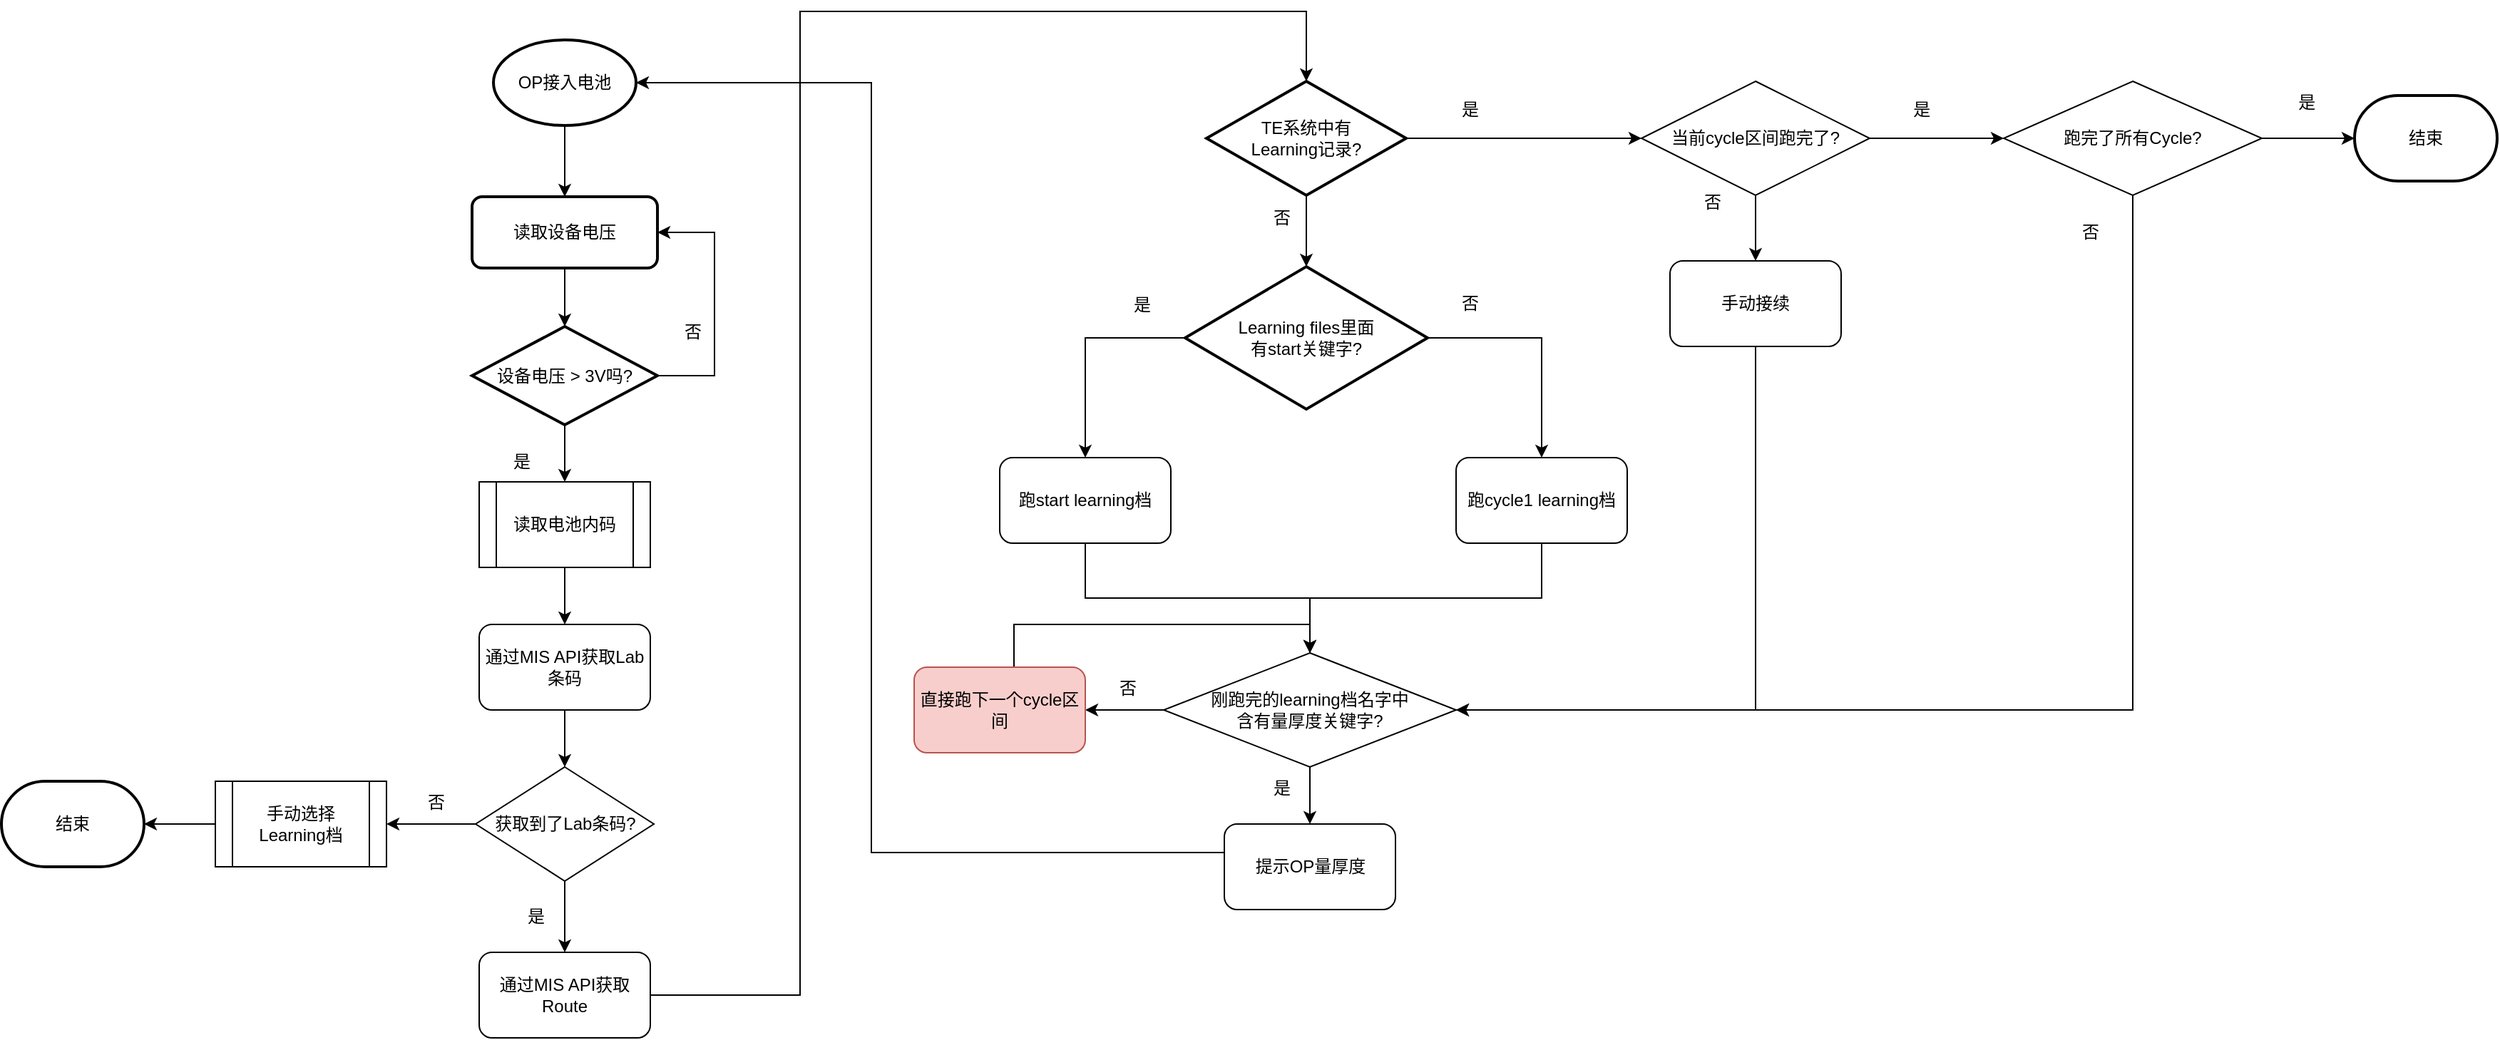
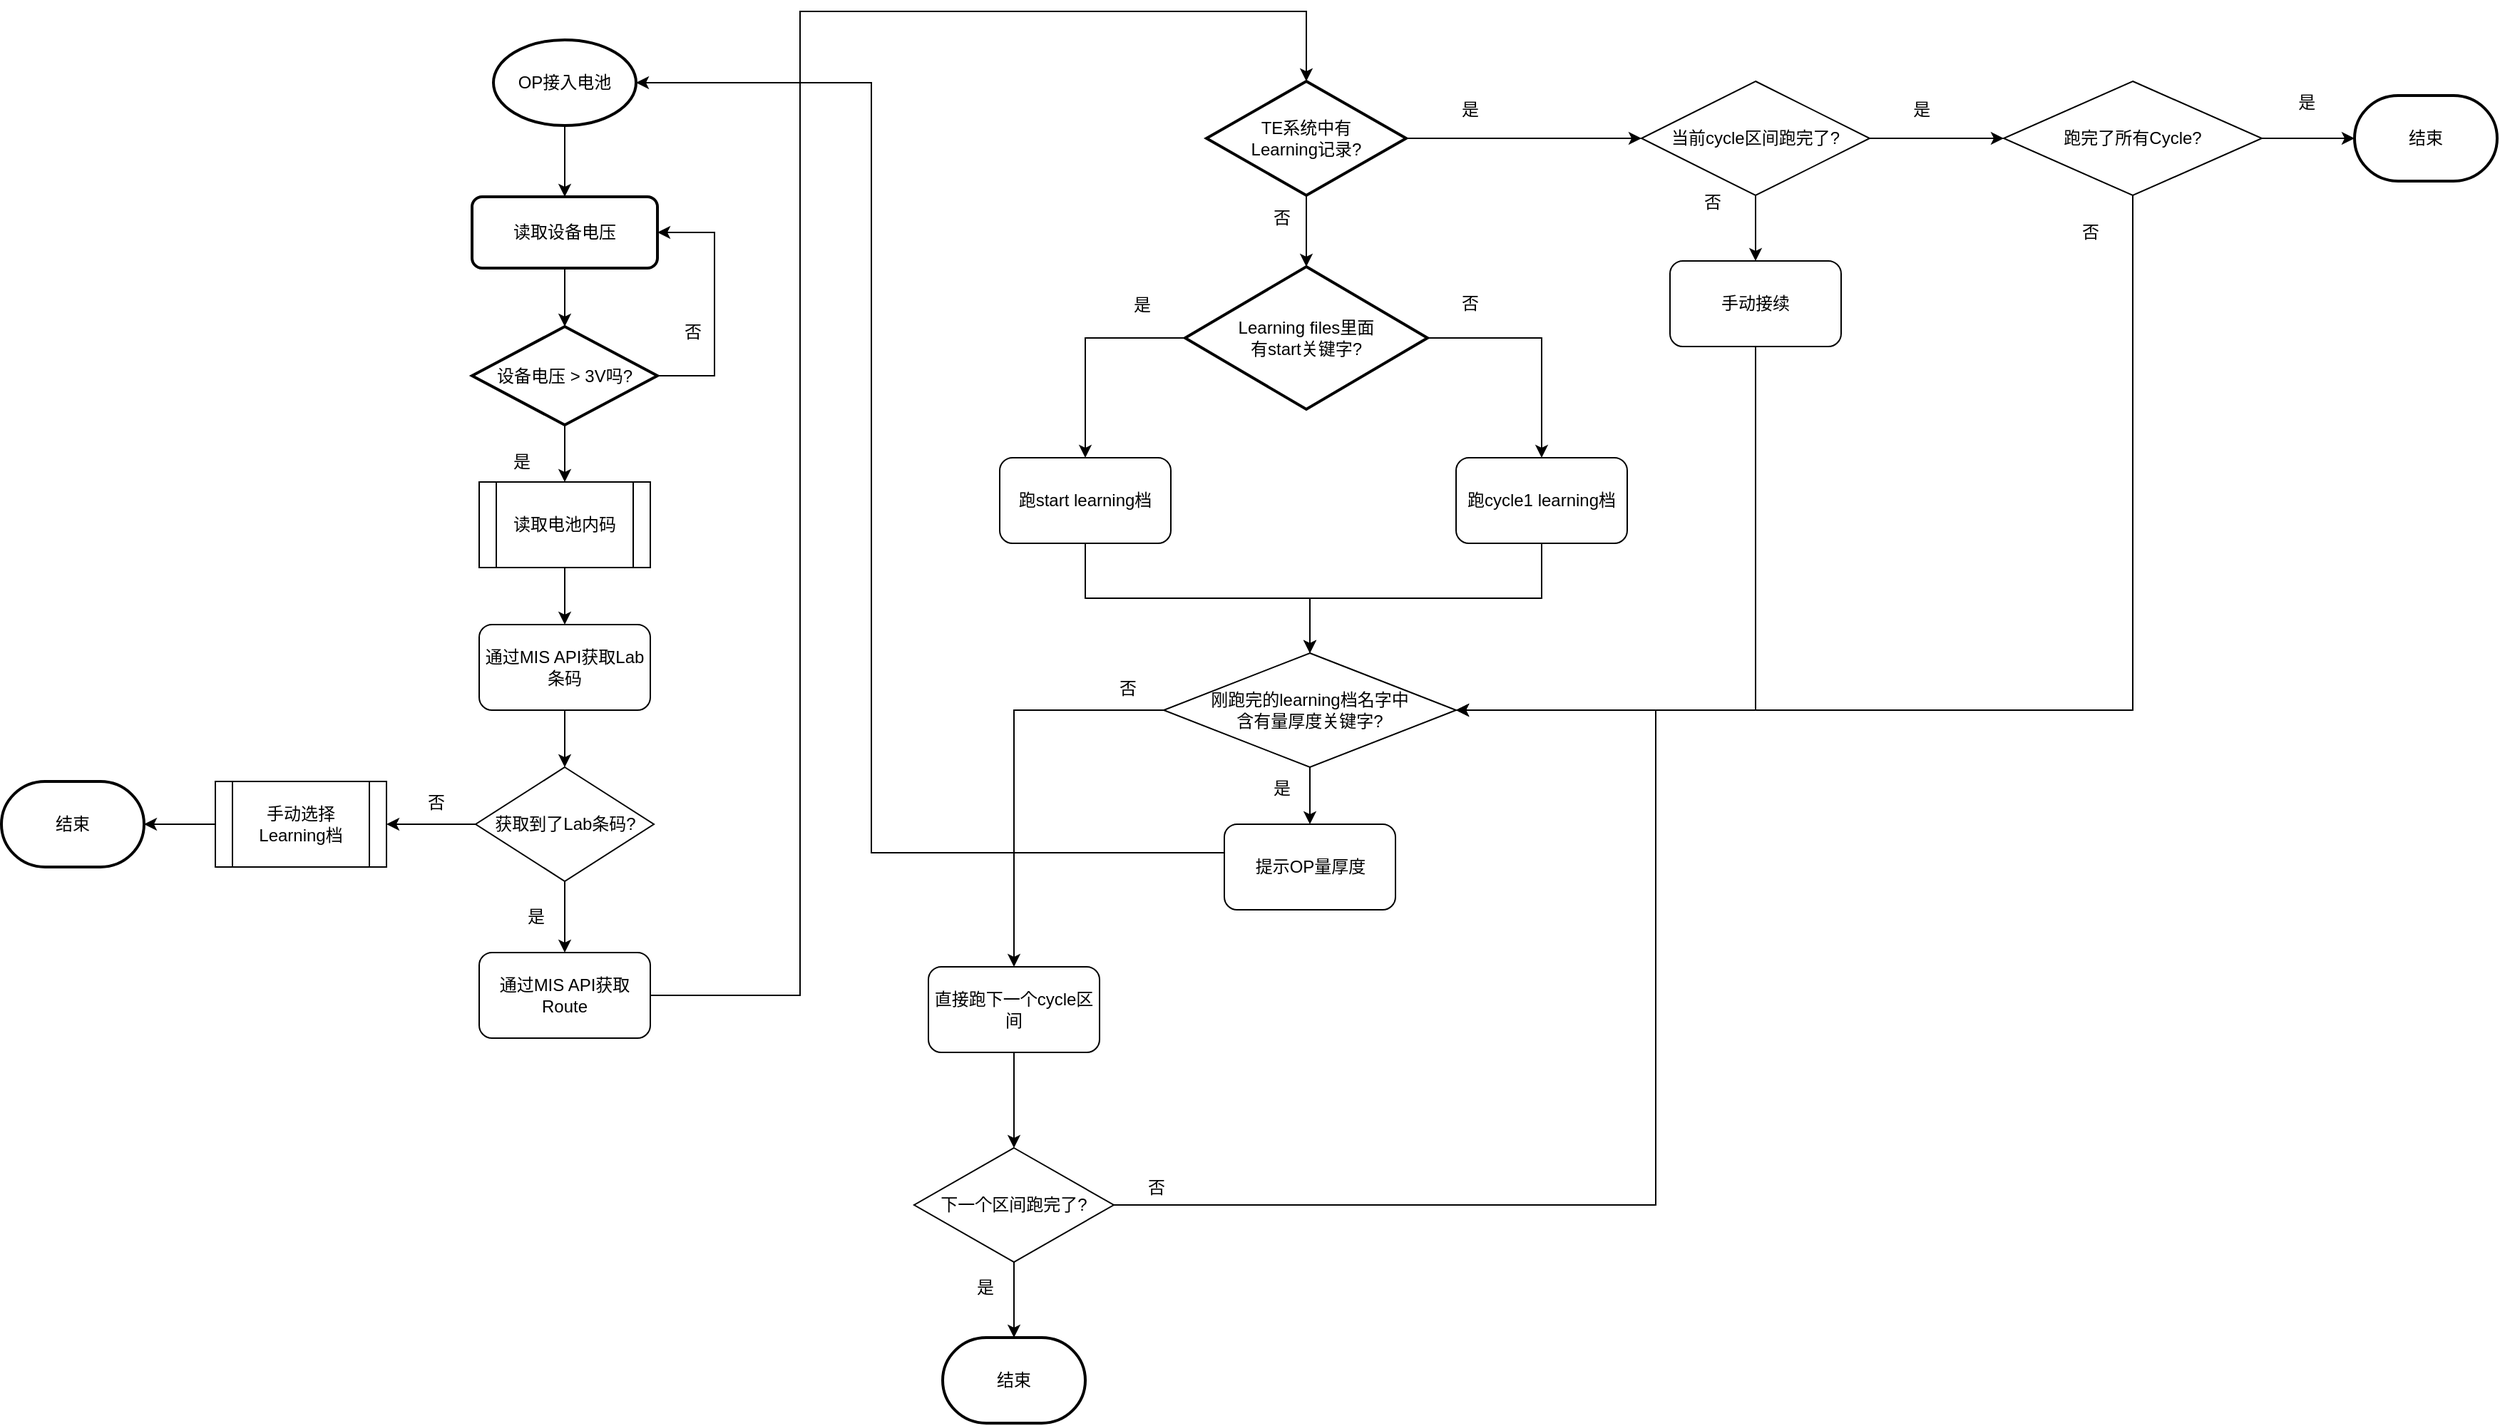
<mxfile host="app.diagrams.net">
  <diagram name="第 1 页" id="3HldnIOuQtLrwHUO-1mN">
-     <mxGraphModel dx="1623" dy="813" grid="1" gridSize="10" guides="1" tooltips="1" connect="1" arrows="1" fold="1" page="1" pageScale="1" pageWidth="1169" pageHeight="827" background="#FFFFFF" math="0" shadow="0">
+     <mxGraphModel dx="1384" dy="813" grid="1" gridSize="10" guides="1" tooltips="1" connect="1" arrows="1" fold="1" page="1" pageScale="1" pageWidth="1169" pageHeight="827" background="#FFFFFF" math="0" shadow="0">
      <root>
        <mxCell id="0" />
        <mxCell id="1" parent="0" />
        <mxCell id="qRa3hty1LtdxE0hFs_0w-8" edge="1" parent="1" source="qRa3hty1LtdxE0hFs_0w-4" style="edgeStyle=orthogonalEdgeStyle;rounded=0;orthogonalLoop=1;jettySize=auto;html=1;" target="qRa3hty1LtdxE0hFs_0w-6" value="">
          <mxGeometry relative="1" as="geometry" />
        </mxCell>
        <mxCell id="qRa3hty1LtdxE0hFs_0w-4" parent="1" style="strokeWidth=2;html=1;shape=mxgraph.flowchart.start_1;whiteSpace=wrap;" value="OP接入电池" vertex="1">
          <mxGeometry height="60" width="100" x="385" y="50" as="geometry" />
        </mxCell>
        <mxCell id="qRa3hty1LtdxE0hFs_0w-9" edge="1" parent="1" source="qRa3hty1LtdxE0hFs_0w-6" style="edgeStyle=orthogonalEdgeStyle;rounded=0;orthogonalLoop=1;jettySize=auto;html=1;" target="qRa3hty1LtdxE0hFs_0w-7" value="">
          <mxGeometry relative="1" as="geometry" />
        </mxCell>
        <mxCell id="qRa3hty1LtdxE0hFs_0w-6" parent="1" style="rounded=1;whiteSpace=wrap;html=1;absoluteArcSize=1;arcSize=14;strokeWidth=2;" value="读取设备电压" vertex="1">
          <mxGeometry height="50" width="130" x="370" y="160" as="geometry" />
        </mxCell>
        <mxCell id="qRa3hty1LtdxE0hFs_0w-14" edge="1" parent="1" source="qRa3hty1LtdxE0hFs_0w-7" style="edgeStyle=orthogonalEdgeStyle;rounded=0;orthogonalLoop=1;jettySize=auto;html=1;" target="qRa3hty1LtdxE0hFs_0w-13" value="">
          <mxGeometry relative="1" as="geometry" />
        </mxCell>
        <mxCell id="qRa3hty1LtdxE0hFs_0w-25" edge="1" parent="1" source="qRa3hty1LtdxE0hFs_0w-7" style="edgeStyle=orthogonalEdgeStyle;rounded=0;orthogonalLoop=1;jettySize=auto;html=1;entryX=1;entryY=0.5;entryDx=0;entryDy=0;" target="qRa3hty1LtdxE0hFs_0w-6">
          <mxGeometry relative="1" as="geometry">
            <Array as="points">
              <mxPoint x="540" y="286" />
              <mxPoint x="540" y="185" />
            </Array>
            <mxPoint x="580" y="180" as="targetPoint" />
          </mxGeometry>
        </mxCell>
        <mxCell id="qRa3hty1LtdxE0hFs_0w-7" parent="1" style="strokeWidth=2;html=1;shape=mxgraph.flowchart.decision;whiteSpace=wrap;" value="设备电压 &amp;gt; 3V吗?" vertex="1">
          <mxGeometry height="69" width="130" x="370" y="251" as="geometry" />
        </mxCell>
        <mxCell id="qRa3hty1LtdxE0hFs_0w-11" parent="1" style="text;html=1;whiteSpace=wrap;strokeColor=none;fillColor=none;align=center;verticalAlign=middle;rounded=0;" value="&lt;div&gt;否&lt;/div&gt;" vertex="1">
          <mxGeometry height="30" width="60" x="495" y="240" as="geometry" />
        </mxCell>
        <mxCell id="qRa3hty1LtdxE0hFs_0w-12" parent="1" style="text;html=1;whiteSpace=wrap;strokeColor=none;fillColor=none;align=center;verticalAlign=middle;rounded=0;" value="&lt;div&gt;是&lt;/div&gt;" vertex="1">
          <mxGeometry height="30" width="60" x="375" y="331" as="geometry" />
        </mxCell>
        <mxCell id="qRa3hty1LtdxE0hFs_0w-16" edge="1" parent="1" source="qRa3hty1LtdxE0hFs_0w-13" style="edgeStyle=orthogonalEdgeStyle;rounded=0;orthogonalLoop=1;jettySize=auto;html=1;" target="qRa3hty1LtdxE0hFs_0w-15" value="">
          <mxGeometry relative="1" as="geometry" />
        </mxCell>
        <mxCell id="qRa3hty1LtdxE0hFs_0w-13" parent="1" style="shape=process;whiteSpace=wrap;html=1;backgroundOutline=1;" value="读取电池内码" vertex="1">
          <mxGeometry height="60" width="120" x="375" y="360" as="geometry" />
        </mxCell>
        <mxCell id="qRa3hty1LtdxE0hFs_0w-20" edge="1" parent="1" source="qRa3hty1LtdxE0hFs_0w-15" style="edgeStyle=orthogonalEdgeStyle;rounded=0;orthogonalLoop=1;jettySize=auto;html=1;" target="qRa3hty1LtdxE0hFs_0w-19" value="">
          <mxGeometry relative="1" as="geometry" />
        </mxCell>
        <mxCell id="qRa3hty1LtdxE0hFs_0w-15" parent="1" style="rounded=1;whiteSpace=wrap;html=1;" value="通过MIS API获取Lab条码" vertex="1">
          <mxGeometry height="60" width="120" x="375" y="460" as="geometry" />
        </mxCell>
        <mxCell id="qRa3hty1LtdxE0hFs_0w-31" edge="1" parent="1" source="qRa3hty1LtdxE0hFs_0w-17" style="edgeStyle=orthogonalEdgeStyle;rounded=0;orthogonalLoop=1;jettySize=auto;html=1;entryX=0.5;entryY=0;entryDx=0;entryDy=0;entryPerimeter=0;" target="qRa3hty1LtdxE0hFs_0w-30" value="">
          <mxGeometry relative="1" as="geometry">
            <Array as="points">
              <mxPoint x="600" y="720" />
              <mxPoint x="600" y="30" />
              <mxPoint x="955" y="30" />
            </Array>
          </mxGeometry>
        </mxCell>
        <mxCell id="qRa3hty1LtdxE0hFs_0w-17" parent="1" style="rounded=1;whiteSpace=wrap;html=1;" value="通过MIS API获取Route" vertex="1">
          <mxGeometry height="60" width="120" x="375" y="690" as="geometry" />
        </mxCell>
        <mxCell id="qRa3hty1LtdxE0hFs_0w-21" edge="1" parent="1" source="qRa3hty1LtdxE0hFs_0w-19" style="edgeStyle=orthogonalEdgeStyle;rounded=0;orthogonalLoop=1;jettySize=auto;html=1;" target="qRa3hty1LtdxE0hFs_0w-17" value="">
          <mxGeometry relative="1" as="geometry" />
        </mxCell>
        <mxCell id="qRa3hty1LtdxE0hFs_0w-27" edge="1" parent="1" source="qRa3hty1LtdxE0hFs_0w-19" style="edgeStyle=orthogonalEdgeStyle;rounded=0;orthogonalLoop=1;jettySize=auto;html=1;" target="qRa3hty1LtdxE0hFs_0w-26" value="">
          <mxGeometry relative="1" as="geometry" />
        </mxCell>
        <mxCell id="qRa3hty1LtdxE0hFs_0w-19" parent="1" style="rhombus;whiteSpace=wrap;html=1;" value="获取到了Lab条码?" vertex="1">
          <mxGeometry height="80" width="125" x="372.5" y="560" as="geometry" />
        </mxCell>
        <mxCell id="qRa3hty1LtdxE0hFs_0w-22" parent="1" style="text;html=1;whiteSpace=wrap;strokeColor=none;fillColor=none;align=center;verticalAlign=middle;rounded=0;" value="是" vertex="1">
          <mxGeometry height="30" width="60" x="385" y="650" as="geometry" />
        </mxCell>
        <mxCell id="qRa3hty1LtdxE0hFs_0w-29" edge="1" parent="1" source="qRa3hty1LtdxE0hFs_0w-26" style="edgeStyle=orthogonalEdgeStyle;rounded=0;orthogonalLoop=1;jettySize=auto;html=1;" target="qRa3hty1LtdxE0hFs_0w-28" value="">
          <mxGeometry relative="1" as="geometry" />
        </mxCell>
        <mxCell id="qRa3hty1LtdxE0hFs_0w-26" parent="1" style="shape=process;whiteSpace=wrap;html=1;backgroundOutline=1;" value="手动选择Learning档" vertex="1">
          <mxGeometry height="60" width="120" x="190" y="570" as="geometry" />
        </mxCell>
        <mxCell id="qRa3hty1LtdxE0hFs_0w-28" parent="1" style="strokeWidth=2;html=1;shape=mxgraph.flowchart.terminator;whiteSpace=wrap;" value="结束" vertex="1">
          <mxGeometry height="60" width="100" x="40" y="570" as="geometry" />
        </mxCell>
        <mxCell id="qRa3hty1LtdxE0hFs_0w-34" edge="1" parent="1" source="qRa3hty1LtdxE0hFs_0w-30" style="edgeStyle=orthogonalEdgeStyle;rounded=0;orthogonalLoop=1;jettySize=auto;html=1;" target="qRa3hty1LtdxE0hFs_0w-33" value="">
          <mxGeometry relative="1" as="geometry" />
        </mxCell>
        <mxCell id="qRa3hty1LtdxE0hFs_0w-38" edge="1" parent="1" source="qRa3hty1LtdxE0hFs_0w-30" style="edgeStyle=orthogonalEdgeStyle;rounded=0;orthogonalLoop=1;jettySize=auto;html=1;" target="qRa3hty1LtdxE0hFs_0w-37" value="">
          <mxGeometry relative="1" as="geometry" />
        </mxCell>
        <mxCell id="qRa3hty1LtdxE0hFs_0w-30" parent="1" style="strokeWidth=2;html=1;shape=mxgraph.flowchart.decision;whiteSpace=wrap;" value="&lt;div&gt;TE系统中有&lt;/div&gt;&lt;div&gt;Learning记录?&lt;/div&gt;" vertex="1">
          <mxGeometry height="80" width="140" x="885" y="79" as="geometry" />
        </mxCell>
        <mxCell id="qRa3hty1LtdxE0hFs_0w-45" edge="1" parent="1" source="qRa3hty1LtdxE0hFs_0w-33" style="edgeStyle=orthogonalEdgeStyle;rounded=0;orthogonalLoop=1;jettySize=auto;html=1;" target="qRa3hty1LtdxE0hFs_0w-44" value="">
          <mxGeometry relative="1" as="geometry" />
        </mxCell>
        <mxCell id="qRa3hty1LtdxE0hFs_0w-67" edge="1" parent="1" source="qRa3hty1LtdxE0hFs_0w-33" style="edgeStyle=orthogonalEdgeStyle;rounded=0;orthogonalLoop=1;jettySize=auto;html=1;entryX=0.5;entryY=0;entryDx=0;entryDy=0;exitX=1;exitY=0.5;exitDx=0;exitDy=0;exitPerimeter=0;" target="qRa3hty1LtdxE0hFs_0w-66">
          <mxGeometry relative="1" as="geometry" />
        </mxCell>
        <mxCell id="qRa3hty1LtdxE0hFs_0w-33" parent="1" style="strokeWidth=2;html=1;shape=mxgraph.flowchart.decision;whiteSpace=wrap;" value="&lt;div&gt;Learning files里面&lt;/div&gt;&lt;div&gt;有start关键字?&lt;/div&gt;" vertex="1">
          <mxGeometry height="100" width="170" x="870" y="209" as="geometry" />
        </mxCell>
        <mxCell id="qRa3hty1LtdxE0hFs_0w-35" parent="1" style="text;html=1;whiteSpace=wrap;strokeColor=none;fillColor=none;align=center;verticalAlign=middle;rounded=0;" value="否" vertex="1">
          <mxGeometry height="30" width="60" x="907.5" y="160" as="geometry" />
        </mxCell>
        <mxCell id="qRa3hty1LtdxE0hFs_0w-36" parent="1" style="text;html=1;whiteSpace=wrap;strokeColor=none;fillColor=none;align=center;verticalAlign=middle;rounded=0;" value="是" vertex="1">
          <mxGeometry height="30" width="60" x="1040" y="84" as="geometry" />
        </mxCell>
        <mxCell id="qRa3hty1LtdxE0hFs_0w-40" edge="1" parent="1" source="qRa3hty1LtdxE0hFs_0w-37" style="edgeStyle=orthogonalEdgeStyle;rounded=0;orthogonalLoop=1;jettySize=auto;html=1;" target="qRa3hty1LtdxE0hFs_0w-39" value="">
          <mxGeometry relative="1" as="geometry" />
        </mxCell>
        <mxCell id="qRa3hty1LtdxE0hFs_0w-65" edge="1" parent="1" source="qRa3hty1LtdxE0hFs_0w-37" style="edgeStyle=orthogonalEdgeStyle;rounded=0;orthogonalLoop=1;jettySize=auto;html=1;" target="qRa3hty1LtdxE0hFs_0w-59" value="">
          <mxGeometry relative="1" as="geometry" />
        </mxCell>
        <mxCell id="qRa3hty1LtdxE0hFs_0w-37" parent="1" style="rhombus;whiteSpace=wrap;html=1;" value="当前cycle区间跑完了?" vertex="1">
          <mxGeometry height="80" width="160" x="1190" y="79" as="geometry" />
        </mxCell>
        <mxCell id="qRa3hty1LtdxE0hFs_0w-74" edge="1" parent="1" source="qRa3hty1LtdxE0hFs_0w-39" style="edgeStyle=orthogonalEdgeStyle;rounded=0;orthogonalLoop=1;jettySize=auto;html=1;entryX=1;entryY=0.5;entryDx=0;entryDy=0;exitX=0.5;exitY=1;exitDx=0;exitDy=0;" target="qRa3hty1LtdxE0hFs_0w-49">
          <mxGeometry relative="1" as="geometry">
            <Array as="points">
              <mxPoint x="1270" y="520" />
            </Array>
            <mxPoint x="1270" y="260" as="sourcePoint" />
          </mxGeometry>
        </mxCell>
        <mxCell id="qRa3hty1LtdxE0hFs_0w-39" parent="1" style="rounded=1;whiteSpace=wrap;html=1;" value="手动接续" vertex="1">
          <mxGeometry height="60" width="120" x="1210" y="205" as="geometry" />
        </mxCell>
        <mxCell id="qRa3hty1LtdxE0hFs_0w-41" parent="1" style="text;html=1;whiteSpace=wrap;strokeColor=none;fillColor=none;align=center;verticalAlign=middle;rounded=0;" value="否" vertex="1">
          <mxGeometry height="30" width="60" x="1210" y="149" as="geometry" />
        </mxCell>
        <mxCell id="qRa3hty1LtdxE0hFs_0w-71" edge="1" parent="1" source="qRa3hty1LtdxE0hFs_0w-44" style="edgeStyle=orthogonalEdgeStyle;rounded=0;orthogonalLoop=1;jettySize=auto;html=1;entryX=0.5;entryY=0;entryDx=0;entryDy=0;" target="qRa3hty1LtdxE0hFs_0w-49">
          <mxGeometry relative="1" as="geometry" />
        </mxCell>
        <mxCell id="qRa3hty1LtdxE0hFs_0w-44" parent="1" style="rounded=1;whiteSpace=wrap;html=1;" value="跑start learning档" vertex="1">
          <mxGeometry height="60" width="120" x="740" y="343" as="geometry" />
        </mxCell>
        <mxCell id="qRa3hty1LtdxE0hFs_0w-46" parent="1" style="text;html=1;whiteSpace=wrap;strokeColor=none;fillColor=none;align=center;verticalAlign=middle;rounded=0;" value="是" vertex="1">
          <mxGeometry height="30" width="60" x="810" y="221" as="geometry" />
        </mxCell>
        <mxCell id="qRa3hty1LtdxE0hFs_0w-52" edge="1" parent="1" source="qRa3hty1LtdxE0hFs_0w-49" style="edgeStyle=orthogonalEdgeStyle;rounded=0;orthogonalLoop=1;jettySize=auto;html=1;" target="qRa3hty1LtdxE0hFs_0w-51" value="">
          <mxGeometry relative="1" as="geometry" />
        </mxCell>
        <mxCell id="qRa3hty1LtdxE0hFs_0w-56" edge="1" parent="1" source="qRa3hty1LtdxE0hFs_0w-49" style="edgeStyle=orthogonalEdgeStyle;rounded=0;orthogonalLoop=1;jettySize=auto;html=1;" target="qRa3hty1LtdxE0hFs_0w-55" value="">
          <mxGeometry relative="1" as="geometry" />
        </mxCell>
        <mxCell id="qRa3hty1LtdxE0hFs_0w-49" parent="1" style="rhombus;whiteSpace=wrap;html=1;" value="&lt;div&gt;刚跑完的learning档名字中&lt;/div&gt;&lt;div&gt;含有量厚度关键字?&lt;/div&gt;" vertex="1">
          <mxGeometry height="80" width="205" x="855" y="480" as="geometry" />
        </mxCell>
        <mxCell id="qRa3hty1LtdxE0hFs_0w-51" parent="1" style="rounded=1;whiteSpace=wrap;html=1;" value="提示OP量厚度" vertex="1">
          <mxGeometry height="60" width="120" x="897.5" y="600" as="geometry" />
        </mxCell>
        <mxCell id="qRa3hty1LtdxE0hFs_0w-53" parent="1" style="text;html=1;whiteSpace=wrap;strokeColor=none;fillColor=none;align=center;verticalAlign=middle;rounded=0;" value="是" vertex="1">
          <mxGeometry height="30" width="60" x="907.5" y="560" as="geometry" />
        </mxCell>
        <mxCell id="qRa3hty1LtdxE0hFs_0w-54" edge="1" parent="1" source="qRa3hty1LtdxE0hFs_0w-51" style="edgeStyle=orthogonalEdgeStyle;rounded=0;orthogonalLoop=1;jettySize=auto;html=1;entryX=1;entryY=0.5;entryDx=0;entryDy=0;entryPerimeter=0;" target="qRa3hty1LtdxE0hFs_0w-4">
          <mxGeometry relative="1" as="geometry">
            <Array as="points">
              <mxPoint x="650" y="620" />
              <mxPoint x="650" y="80" />
            </Array>
          </mxGeometry>
        </mxCell>
-         <mxCell id="qRa3hty1LtdxE0hFs_0w-78" edge="1" parent="1" source="qRa3hty1LtdxE0hFs_0w-55" style="edgeStyle=orthogonalEdgeStyle;rounded=0;orthogonalLoop=1;jettySize=auto;html=1;entryX=0.5;entryY=0;entryDx=0;entryDy=0;" target="qRa3hty1LtdxE0hFs_0w-49">
-           <mxGeometry relative="1" as="geometry">
-             <Array as="points">
-               <mxPoint x="750" y="460" />
-               <mxPoint x="958" y="460" />
-             </Array>
-           </mxGeometry>
-         </mxCell>
-         <mxCell id="qRa3hty1LtdxE0hFs_0w-55" parent="1" style="rounded=1;whiteSpace=wrap;html=1;fillColor=#f8cecc;strokeColor=#b85450;" value="直接跑下一个cycle区间" vertex="1">
-           <mxGeometry height="60" width="120" x="680" y="490" as="geometry" />
+         <mxCell id="qRa3hty1LtdxE0hFs_0w-82" edge="1" parent="1" source="qRa3hty1LtdxE0hFs_0w-55" style="edgeStyle=orthogonalEdgeStyle;rounded=0;orthogonalLoop=1;jettySize=auto;html=1;" target="qRa3hty1LtdxE0hFs_0w-81" value="">
+           <mxGeometry relative="1" as="geometry" />
+         </mxCell>
+         <mxCell id="qRa3hty1LtdxE0hFs_0w-55" parent="1" style="rounded=1;whiteSpace=wrap;html=1;" value="直接跑下一个cycle区间" vertex="1">
+           <mxGeometry height="60" width="120" x="690" y="700" as="geometry" />
        </mxCell>
        <mxCell id="qRa3hty1LtdxE0hFs_0w-57" parent="1" style="text;html=1;whiteSpace=wrap;strokeColor=none;fillColor=none;align=center;verticalAlign=middle;rounded=0;" value="否" vertex="1">
          <mxGeometry height="30" width="60" x="315" y="570" as="geometry" />
        </mxCell>
        <mxCell id="qRa3hty1LtdxE0hFs_0w-58" parent="1" style="text;html=1;whiteSpace=wrap;strokeColor=none;fillColor=none;align=center;verticalAlign=middle;rounded=0;" value="&amp;nbsp;是" vertex="1">
          <mxGeometry height="30" width="60" x="1355" y="84" as="geometry" />
        </mxCell>
        <mxCell id="qRa3hty1LtdxE0hFs_0w-64" edge="1" parent="1" source="qRa3hty1LtdxE0hFs_0w-59" style="edgeStyle=orthogonalEdgeStyle;rounded=0;orthogonalLoop=1;jettySize=auto;html=1;" target="qRa3hty1LtdxE0hFs_0w-63" value="">
          <mxGeometry relative="1" as="geometry" />
        </mxCell>
        <mxCell id="qRa3hty1LtdxE0hFs_0w-76" edge="1" parent="1" source="qRa3hty1LtdxE0hFs_0w-59" style="edgeStyle=orthogonalEdgeStyle;rounded=0;orthogonalLoop=1;jettySize=auto;html=1;entryX=1;entryY=0.5;entryDx=0;entryDy=0;" target="qRa3hty1LtdxE0hFs_0w-49">
          <mxGeometry relative="1" as="geometry">
            <Array as="points">
              <mxPoint x="1535" y="520" />
            </Array>
          </mxGeometry>
        </mxCell>
        <mxCell id="qRa3hty1LtdxE0hFs_0w-59" parent="1" style="rhombus;whiteSpace=wrap;html=1;" value="跑完了所有Cycle?" vertex="1">
          <mxGeometry height="80" width="181" x="1444" y="79" as="geometry" />
        </mxCell>
        <mxCell id="qRa3hty1LtdxE0hFs_0w-60" parent="1" style="text;html=1;whiteSpace=wrap;strokeColor=none;fillColor=none;align=center;verticalAlign=middle;rounded=0;" value="否" vertex="1">
          <mxGeometry height="30" width="60" x="1475" y="170" as="geometry" />
        </mxCell>
        <mxCell id="qRa3hty1LtdxE0hFs_0w-62" parent="1" style="text;html=1;whiteSpace=wrap;strokeColor=none;fillColor=none;align=center;verticalAlign=middle;rounded=0;" value="&amp;nbsp;是" vertex="1">
          <mxGeometry height="30" width="60" x="1625" y="79" as="geometry" />
        </mxCell>
        <mxCell id="qRa3hty1LtdxE0hFs_0w-63" parent="1" style="strokeWidth=2;html=1;shape=mxgraph.flowchart.terminator;whiteSpace=wrap;" value="结束" vertex="1">
          <mxGeometry height="60" width="100" x="1690" y="89" as="geometry" />
        </mxCell>
        <mxCell id="qRa3hty1LtdxE0hFs_0w-73" edge="1" parent="1" source="qRa3hty1LtdxE0hFs_0w-66" style="edgeStyle=orthogonalEdgeStyle;rounded=0;orthogonalLoop=1;jettySize=auto;html=1;entryX=0.5;entryY=0;entryDx=0;entryDy=0;" target="qRa3hty1LtdxE0hFs_0w-49">
          <mxGeometry relative="1" as="geometry" />
        </mxCell>
        <mxCell id="qRa3hty1LtdxE0hFs_0w-66" parent="1" style="rounded=1;whiteSpace=wrap;html=1;" value="跑cycle1 learning档" vertex="1">
          <mxGeometry height="60" width="120" x="1060" y="343" as="geometry" />
        </mxCell>
        <mxCell id="qRa3hty1LtdxE0hFs_0w-68" parent="1" style="text;html=1;whiteSpace=wrap;strokeColor=none;fillColor=none;align=center;verticalAlign=middle;rounded=0;" value="否" vertex="1">
          <mxGeometry height="30" width="60" x="1040" y="220" as="geometry" />
        </mxCell>
        <mxCell id="qRa3hty1LtdxE0hFs_0w-75" parent="1" style="text;html=1;whiteSpace=wrap;strokeColor=none;fillColor=none;align=center;verticalAlign=middle;rounded=0;" value="否" vertex="1">
          <mxGeometry height="30" width="60" x="800" y="490" as="geometry" />
+         </mxCell>
+         <mxCell id="qRa3hty1LtdxE0hFs_0w-84" edge="1" parent="1" source="qRa3hty1LtdxE0hFs_0w-81" style="edgeStyle=orthogonalEdgeStyle;rounded=0;orthogonalLoop=1;jettySize=auto;html=1;" target="qRa3hty1LtdxE0hFs_0w-83" value="">
+           <mxGeometry relative="1" as="geometry" />
+         </mxCell>
+         <mxCell id="qRa3hty1LtdxE0hFs_0w-86" edge="1" parent="1" source="qRa3hty1LtdxE0hFs_0w-81" style="edgeStyle=orthogonalEdgeStyle;rounded=0;orthogonalLoop=1;jettySize=auto;html=1;entryX=1;entryY=0.5;entryDx=0;entryDy=0;" target="qRa3hty1LtdxE0hFs_0w-49">
+           <mxGeometry relative="1" as="geometry">
+             <Array as="points">
+               <mxPoint x="1200" y="867" />
+               <mxPoint x="1200" y="520" />
+             </Array>
+           </mxGeometry>
+         </mxCell>
+         <mxCell id="qRa3hty1LtdxE0hFs_0w-81" parent="1" style="rhombus;whiteSpace=wrap;html=1;" value="下一个区间跑完了?" vertex="1">
+           <mxGeometry height="80" width="140" x="680" y="827" as="geometry" />
+         </mxCell>
+         <mxCell id="qRa3hty1LtdxE0hFs_0w-83" parent="1" style="strokeWidth=2;html=1;shape=mxgraph.flowchart.terminator;whiteSpace=wrap;" value="结束" vertex="1">
+           <mxGeometry height="60" width="100" x="700" y="960" as="geometry" />
+         </mxCell>
+         <mxCell id="qRa3hty1LtdxE0hFs_0w-85" parent="1" style="text;html=1;whiteSpace=wrap;strokeColor=none;fillColor=none;align=center;verticalAlign=middle;rounded=0;" value="是" vertex="1">
+           <mxGeometry height="30" width="60" x="700" y="910" as="geometry" />
+         </mxCell>
+         <mxCell id="qRa3hty1LtdxE0hFs_0w-87" parent="1" style="text;html=1;whiteSpace=wrap;strokeColor=none;fillColor=none;align=center;verticalAlign=middle;rounded=0;" value="否" vertex="1">
+           <mxGeometry height="30" width="60" x="820" y="840" as="geometry" />
        </mxCell>
      </root>
    </mxGraphModel>
  </diagram>
</mxfile>
